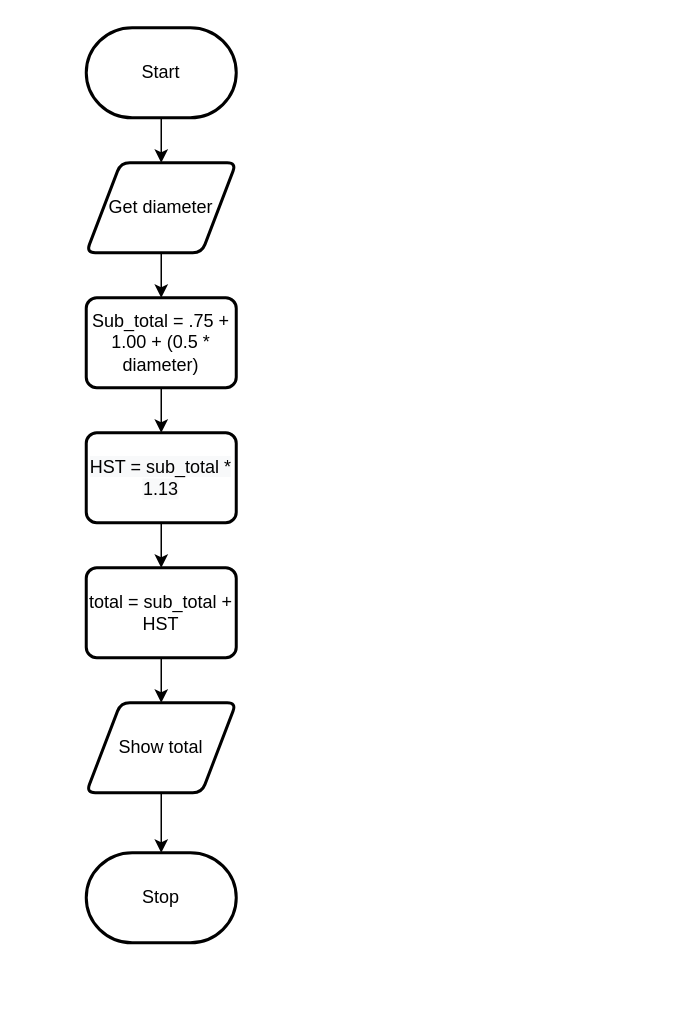
Earlier version of the draw.io diagram Draw.io/Flowchart.drawio (Peter-Gemmell/ICS3U-Assignment-4-Python). Source tidied: cells renumbered, new cells numbered last; positions are measured from the earlier drawing's top-left corner, leaving out a move shared by most shapes. Both pictures are drawn from the tidied source at 150%, with x=0, y=0 at pixel (86, 27).
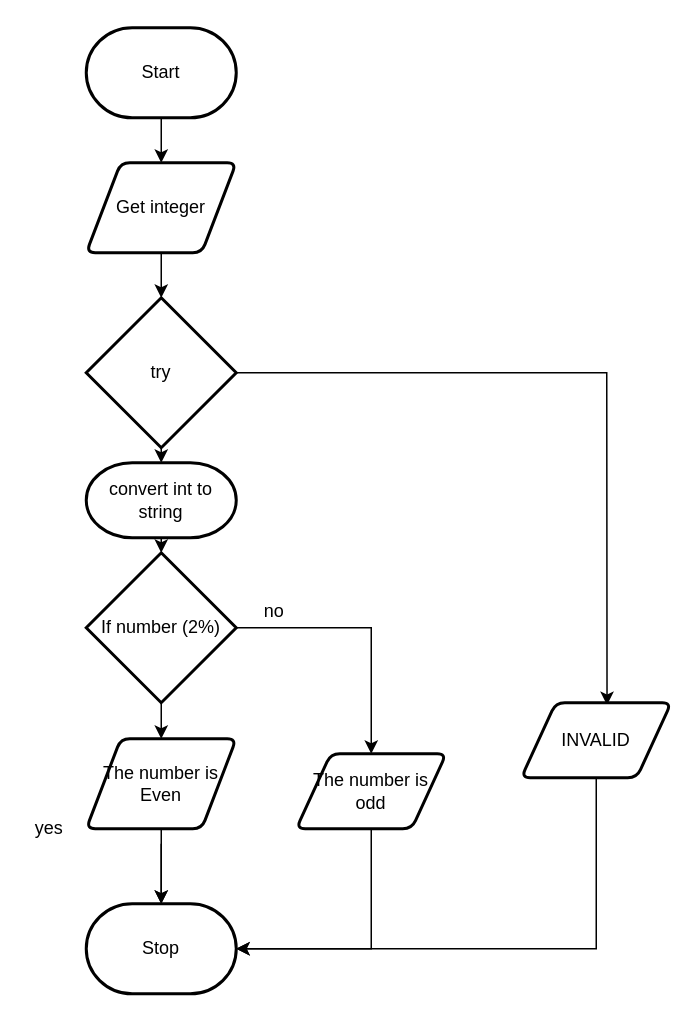
The same page after the edit.

Change to the diagram source:
```diff
@@
-    <mxCell id="4" style="edgeStyle=none;html=1;" parent="1" edge="1" source="5" target="7">
+    <mxCell id="4" style="edgeStyle=none;html=1;entryX=0.5;entryY=0;entryDx=0;entryDy=0;entryPerimeter=0;" parent="1" edge="1" source="5" target="17">
       <mxGeometry relative="1" as="geometry" />
     </mxCell>
-    <mxCell id="5" value="Get diameter" style="shape=parallelogram;html=1;strokeWidth=2;perimeter=parallelogramPerimeter;whiteSpace=wrap;rounded=1;arcSize=12;size=0.23;" parent="1" vertex="1">
+    <mxCell id="5" value="Get integer" style="shape=parallelogram;html=1;strokeWidth=2;perimeter=parallelogramPerimeter;whiteSpace=wrap;rounded=1;arcSize=12;size=0.23;" parent="1" vertex="1">
       <mxGeometry y="90" width="100" height="60" as="geometry" />
     </mxCell>
-    <mxCell id="6" style="edgeStyle=none;html=1;" parent="1" edge="1" source="7" target="9">
-      <mxGeometry relative="1" as="geometry" />
-    </mxCell>
-    <mxCell id="7" value="&lt;span&gt;Sub_total = .75 + 1.00 + (0.5 * diameter)&lt;/span&gt;" style="rounded=1;whiteSpace=wrap;html=1;absoluteArcSize=1;arcSize=14;strokeWidth=2;" parent="1" vertex="1">
-      <mxGeometry y="180" width="100" height="60" as="geometry" />
-    </mxCell>
-    <mxCell id="8" style="edgeStyle=none;html=1;" parent="1" edge="1" source="9" target="11">
-      <mxGeometry relative="1" as="geometry" />
-    </mxCell>
-    <mxCell id="9" value="&#10;&#10;&lt;span style=&quot;color: rgb(0, 0, 0); font-family: helvetica; font-size: 12px; font-style: normal; font-weight: 400; letter-spacing: normal; text-align: center; text-indent: 0px; text-transform: none; word-spacing: 0px; background-color: rgb(248, 249, 250); display: inline; float: none;&quot;&gt;HST = sub_total * 1.13&lt;/span&gt;&#10;&#10;" style="rounded=1;whiteSpace=wrap;html=1;absoluteArcSize=1;arcSize=14;strokeWidth=2;" parent="1" vertex="1">
-      <mxGeometry y="270" width="100" height="60" as="geometry" />
-    </mxCell>
-    <mxCell id="10" style="edgeStyle=none;html=1;" parent="1" edge="1" source="11" target="13">
-      <mxGeometry relative="1" as="geometry" />
-    </mxCell>
-    <mxCell id="11" value="&lt;span&gt;total = sub_total + HST&lt;/span&gt;" style="rounded=1;whiteSpace=wrap;html=1;absoluteArcSize=1;arcSize=14;strokeWidth=2;" parent="1" vertex="1">
-      <mxGeometry y="360" width="100" height="60" as="geometry" />
-    </mxCell>
-    <mxCell id="12" style="edgeStyle=none;html=1;" parent="1" edge="1" source="13" target="14">
-      <mxGeometry relative="1" as="geometry" />
+    <mxCell id="12" style="edgeStyle=none;html=1;" parent="1" edge="1" target="14">
+      <mxGeometry relative="1" as="geometry">
+        <mxPoint x="50" y="544" as="sourcePoint" />
+      </mxGeometry>
     </mxCell>
-    <mxCell id="13" value="Show total" style="shape=parallelogram;html=1;strokeWidth=2;perimeter=parallelogramPerimeter;whiteSpace=wrap;rounded=1;arcSize=12;size=0.23;" parent="1" vertex="1">
-      <mxGeometry y="450" width="100" height="60" as="geometry" />
-    </mxCell>
     <mxCell id="14" value="Stop" style="strokeWidth=2;html=1;shape=mxgraph.flowchart.terminator;whiteSpace=wrap;" parent="1" vertex="1">
-      <mxGeometry y="550" width="100" height="60" as="geometry" />
+      <mxGeometry y="584" width="100" height="60" as="geometry" />
     </mxCell>
+    <mxCell id="15" style="edgeStyle=none;rounded=0;html=1;exitX=0.5;exitY=1;exitDx=0;exitDy=0;exitPerimeter=0;entryX=0.5;entryY=0;entryDx=0;entryDy=0;entryPerimeter=0;" parent="1" edge="1" source="17" target="28">
+      <mxGeometry relative="1" as="geometry" />
+    </mxCell>
+    <mxCell id="16" style="edgeStyle=none;rounded=0;html=1;exitX=1;exitY=0.5;exitDx=0;exitDy=0;exitPerimeter=0;entryX=0.572;entryY=0.031;entryDx=0;entryDy=0;entryPerimeter=0;" parent="1" edge="1" source="17" target="30">
+      <mxGeometry relative="1" as="geometry">
+        <Array as="points">
+          <mxPoint x="347" y="230" />
+        </Array>
+      </mxGeometry>
+    </mxCell>
+    <mxCell id="17" value="try" style="strokeWidth=2;html=1;shape=mxgraph.flowchart.decision;whiteSpace=wrap;" parent="1" vertex="1">
+      <mxGeometry y="180" width="100" height="100" as="geometry" />
+    </mxCell>
+    <mxCell id="18" style="edgeStyle=none;html=1;entryX=0.5;entryY=0;entryDx=0;entryDy=0;exitX=1;exitY=0.5;exitDx=0;exitDy=0;exitPerimeter=0;rounded=0;" parent="1" edge="1" source="20" target="26">
+      <mxGeometry relative="1" as="geometry">
+        <Array as="points">
+          <mxPoint x="190" y="400" />
+        </Array>
+      </mxGeometry>
+    </mxCell>
+    <mxCell id="19" style="edgeStyle=none;rounded=0;html=1;exitX=0.5;exitY=1;exitDx=0;exitDy=0;exitPerimeter=0;entryX=0.5;entryY=0;entryDx=0;entryDy=0;" parent="1" edge="1" source="20" target="24">
+      <mxGeometry relative="1" as="geometry" />
+    </mxCell>
+    <mxCell id="20" value="If number (2%)" style="strokeWidth=2;html=1;shape=mxgraph.flowchart.decision;whiteSpace=wrap;" parent="1" vertex="1">
+      <mxGeometry y="350" width="100" height="100" as="geometry" />
+    </mxCell>
+    <mxCell id="21" value="yes" style="text;html=1;align=center;verticalAlign=middle;strokeColor=none;fillColor=none;" parent="1" vertex="1">
+      <mxGeometry x="-40" y="524" width="30" height="20" as="geometry" />
+    </mxCell>
+    <mxCell id="22" value="no" style="text;html=1;align=center;verticalAlign=middle;strokeColor=none;fillColor=none;" parent="1" vertex="1">
+      <mxGeometry x="110" y="379" width="30" height="20" as="geometry" />
+    </mxCell>
+    <mxCell id="23" style="edgeStyle=none;rounded=0;html=1;exitX=0.5;exitY=1;exitDx=0;exitDy=0;entryX=0.5;entryY=0;entryDx=0;entryDy=0;entryPerimeter=0;" parent="1" edge="1" source="24" target="14">
+      <mxGeometry relative="1" as="geometry" />
+    </mxCell>
+    <mxCell id="24" value="The number is Even" style="shape=parallelogram;html=1;strokeWidth=2;perimeter=parallelogramPerimeter;whiteSpace=wrap;rounded=1;arcSize=12;size=0.23;" parent="1" vertex="1">
+      <mxGeometry y="474" width="100" height="60" as="geometry" />
+    </mxCell>
+    <mxCell id="25" style="edgeStyle=none;html=1;exitX=0.5;exitY=1;exitDx=0;exitDy=0;entryX=1;entryY=0.5;entryDx=0;entryDy=0;entryPerimeter=0;rounded=0;" parent="1" edge="1" source="26" target="14">
+      <mxGeometry relative="1" as="geometry">
+        <Array as="points">
+          <mxPoint x="190" y="614" />
+        </Array>
+      </mxGeometry>
+    </mxCell>
+    <mxCell id="26" value="The number is odd" style="shape=parallelogram;html=1;strokeWidth=2;perimeter=parallelogramPerimeter;whiteSpace=wrap;rounded=1;arcSize=12;size=0.23;" parent="1" vertex="1">
+      <mxGeometry x="140" y="484" width="100" height="50" as="geometry" />
+    </mxCell>
+    <mxCell id="27" style="edgeStyle=none;rounded=0;html=1;exitX=0.5;exitY=1;exitDx=0;exitDy=0;exitPerimeter=0;entryX=0.5;entryY=0;entryDx=0;entryDy=0;entryPerimeter=0;" parent="1" edge="1" source="28" target="20">
+      <mxGeometry relative="1" as="geometry" />
+    </mxCell>
+    <mxCell id="28" value="convert int to string" style="strokeWidth=2;html=1;shape=mxgraph.flowchart.terminator;whiteSpace=wrap;" parent="1" vertex="1">
+      <mxGeometry y="290" width="100" height="50" as="geometry" />
+    </mxCell>
+    <mxCell id="29" style="edgeStyle=none;rounded=0;html=1;entryX=1;entryY=0.5;entryDx=0;entryDy=0;entryPerimeter=0;" parent="1" edge="1" source="30" target="14">
+      <mxGeometry relative="1" as="geometry">
+        <Array as="points">
+          <mxPoint x="340" y="614" />
+        </Array>
+      </mxGeometry>
+    </mxCell>
+    <mxCell id="30" value="INVALID" style="shape=parallelogram;html=1;strokeWidth=2;perimeter=parallelogramPerimeter;whiteSpace=wrap;rounded=1;arcSize=12;size=0.23;" parent="1" vertex="1">
+      <mxGeometry x="290" y="450" width="100" height="50" as="geometry" />
+    </mxCell>
```
